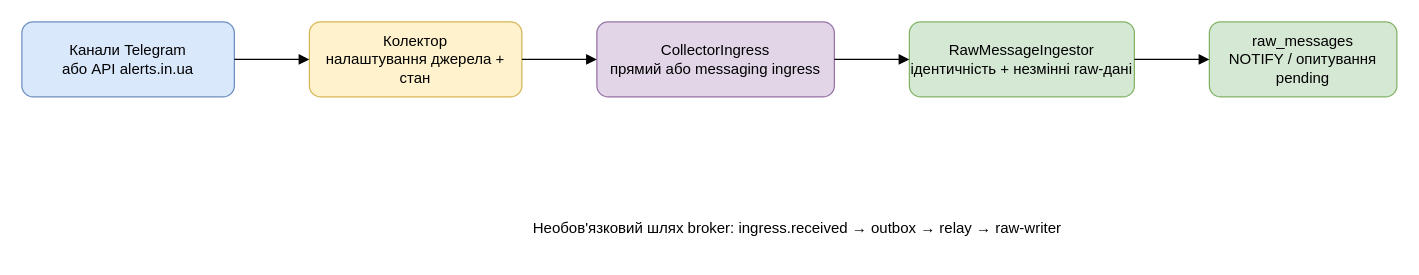
Before: docs/diagrams/ingestion-flow.drawio in sql-monk/Puluj-g, a draw.io diagram. Source tidied: cells renumbered, new cells numbered last; positions are measured from the earlier drawing's top-left corner, leaving out a move shared by most shapes. Both pictures are drawn from the tidied source at 125%, with x=0, y=0 at pixel (21, 21).
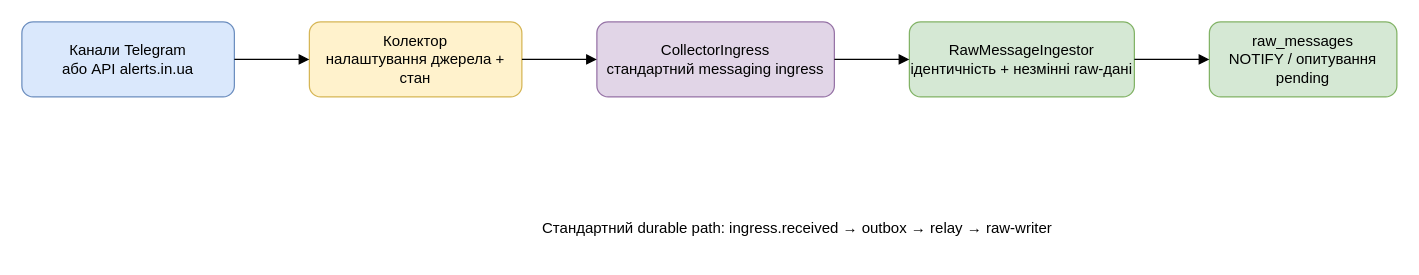
Above is the later version.

Change to the diagram source:
```diff
@@
 <mxGraphModel>
   <root>
     <mxCell id="0" />
     <mxCell id="1" parent="0" />
     <mxCell id="2" value="Канали Telegram&#10;або API alerts.in.ua" style="rounded=1;whiteSpace=wrap;html=1;fillColor=#dae8fc;strokeColor=#6c8ebf;" parent="1" vertex="1">
       <mxGeometry width="170" height="60" as="geometry" />
     </mxCell>
     <mxCell id="3" value="Колектор&#10;налаштування джерела + стан" style="rounded=1;whiteSpace=wrap;html=1;fillColor=#fff2cc;strokeColor=#d6b656;" parent="1" vertex="1">
       <mxGeometry x="230" width="170" height="60" as="geometry" />
     </mxCell>
-    <mxCell id="4" value="CollectorIngress&#10;прямий або messaging ingress" style="rounded=1;whiteSpace=wrap;html=1;fillColor=#e1d5e7;strokeColor=#9673a6;" parent="1" vertex="1">
+    <mxCell id="4" value="CollectorIngress&#10;стандартний messaging ingress" style="rounded=1;whiteSpace=wrap;html=1;fillColor=#e1d5e7;strokeColor=#9673a6;" parent="1" vertex="1">
       <mxGeometry x="460" width="190" height="60" as="geometry" />
     </mxCell>
     <mxCell id="5" value="RawMessageIngestor&#10;ідентичність + незмінні raw-дані" style="rounded=1;whiteSpace=wrap;html=1;fillColor=#d5e8d4;strokeColor=#82b366;" parent="1" vertex="1">
       <mxGeometry x="710" width="180" height="60" as="geometry" />
     </mxCell>
     <mxCell id="6" value="raw_messages&#10;NOTIFY / опитування pending" style="rounded=1;whiteSpace=wrap;html=1;fillColor=#d5e8d4;strokeColor=#82b366;" parent="1" vertex="1">
       <mxGeometry x="950" width="150" height="60" as="geometry" />
     </mxCell>
-    <mxCell id="7" value="Необов'язковий шлях broker: ingress.received → outbox → relay → raw-writer" style="text;html=1;align=center;verticalAlign=middle;" parent="1" vertex="1">
+    <mxCell id="7" value="Стандартний durable path: ingress.received → outbox → relay → raw-writer" style="text;html=1;align=center;verticalAlign=middle;" parent="1" vertex="1">
       <mxGeometry x="410" y="145" width="420" height="40" as="geometry" />
     </mxCell>
     <mxCell id="8" style="edgeStyle=orthogonalEdgeStyle;rounded=0;endArrow=block;html=1;" parent="1" edge="1" source="2" target="3">
       <mxGeometry relative="1" as="geometry" />
     </mxCell>
     <mxCell id="9" style="edgeStyle=orthogonalEdgeStyle;rounded=0;endArrow=block;html=1;" parent="1" edge="1" source="3" target="4">
       <mxGeometry relative="1" as="geometry" />
     </mxCell>
     <mxCell id="10" style="edgeStyle=orthogonalEdgeStyle;rounded=0;endArrow=block;html=1;" parent="1" edge="1" source="4" target="5">
       <mxGeometry relative="1" as="geometry" />
     </mxCell>
     <mxCell id="11" style="edgeStyle=orthogonalEdgeStyle;rounded=0;endArrow=block;html=1;" parent="1" edge="1" source="5" target="6">
       <mxGeometry relative="1" as="geometry" />
     </mxCell>
   </root>
 </mxGraphModel>
```
